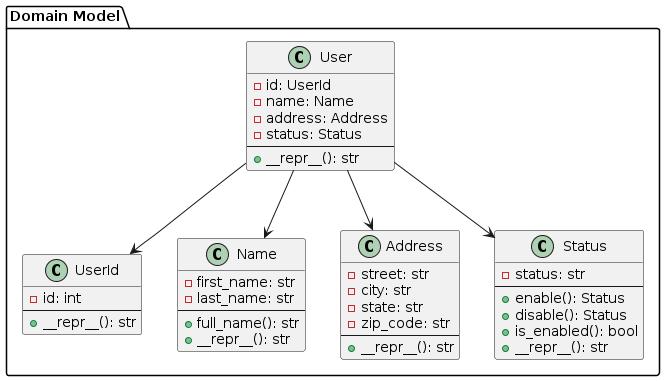
Before: docs/diagrams/user_aggregate.png, a diagram exported from PlantUML (gmunumel/clean-buckpal-app).
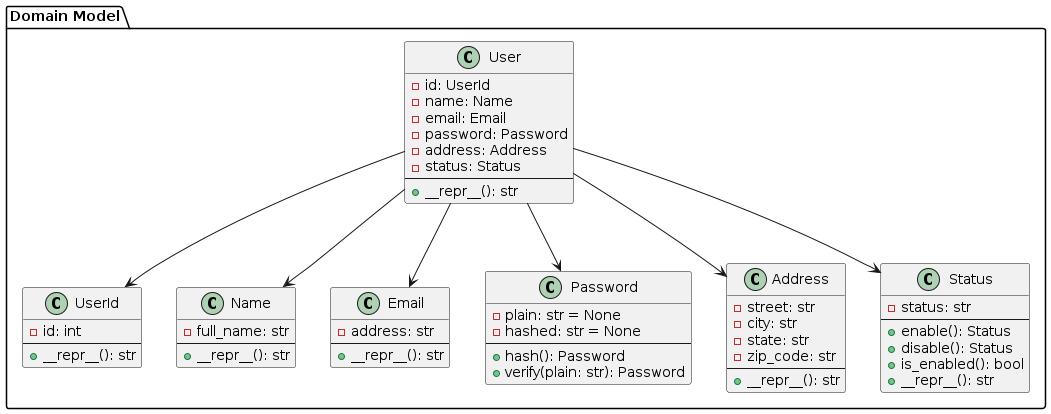
The same diagram one commit later.

Change to the diagram source:
```diff
@@ -3,6 +3,8 @@
     class User {
         - id: UserId
         - name: Name
+        - email: Email
+        - password: Password
         - address: Address
         - status: Status
         --
@@ -16,11 +18,23 @@
     }
 
     class Name {
-        - first_name: str
-        - last_name: str
+        - full_name: str
         --
-        + full_name(): str
         + __repr__(): str
+    }
+
+    class Email {
+        - address: str
+        --
+        + __repr__(): str
+    }
+
+    class Password {
+        - plain: str = None
+        - hashed: str = None
+        --
+        + hash(): Password
+        + verify(plain: str): Password
     }
 
     class Address {
@@ -43,6 +57,8 @@
 
     User --> UserId
     User --> Name
+    User --> Email
+    User --> Password
     User --> Address
     User --> Status
 }
```
